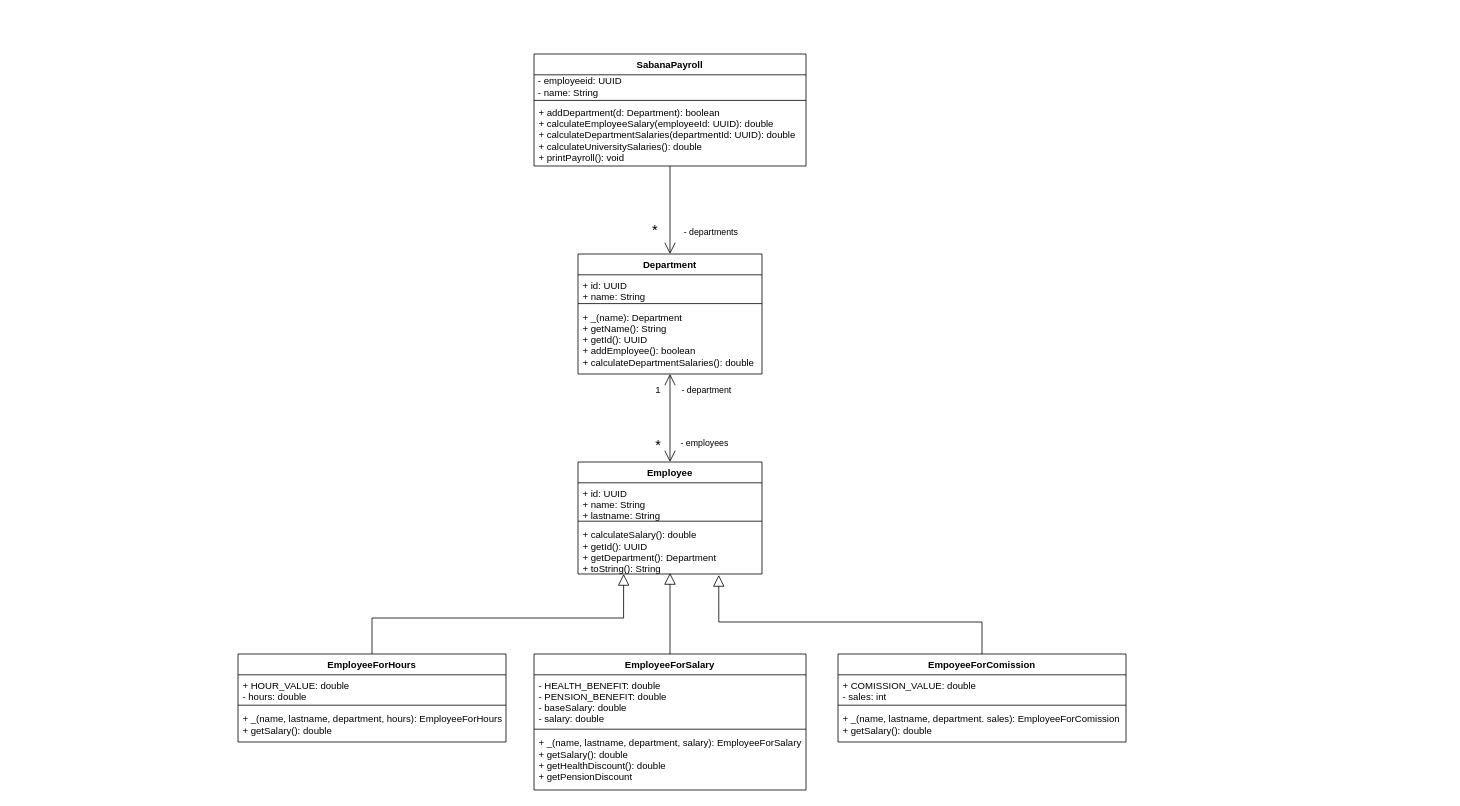
Earlier version of the draw.io diagram diagrams/sabanapayroll-class-diagram.drawio (Cafeleyos/MUNOZ-SANTOS-SABANA-POOB-2021-1-LAB-INTERFACE-CLASS). Source tidied: cells renumbered, new cells numbered last; positions are measured from the earlier drawing's top-left corner, leaving out a move shared by most shapes. Both pictures are drawn from the tidied source at 80%, with x=0, y=0 at pixel (238, 54).
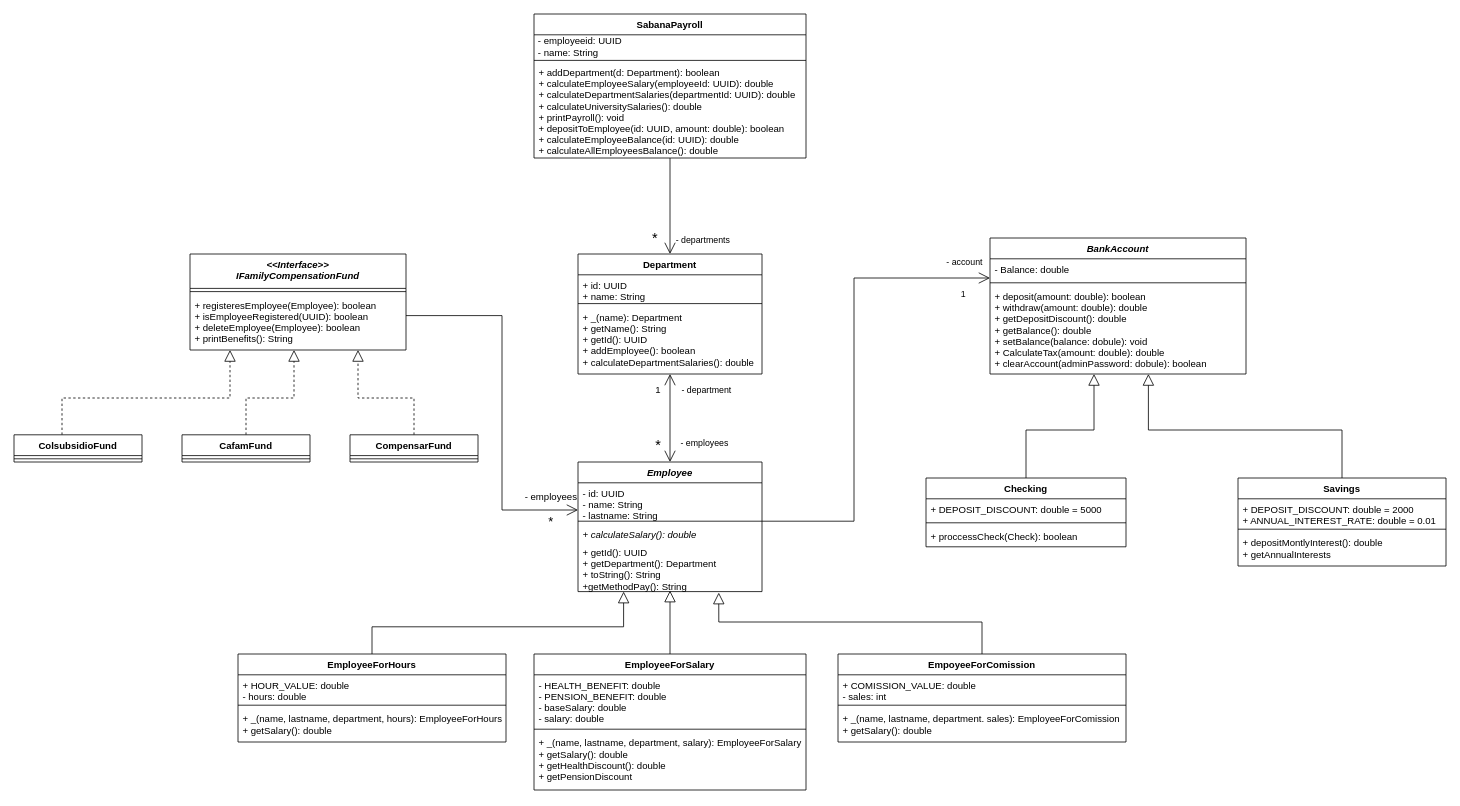
Above is the later version.

Unchanged cells that the change refers to:
```xml
<mxCell id="10" value="Department" style="swimlane;fontStyle=1;align=center;verticalAlign=top;horizontal=1;startSize=26;" parent="1" vertex="1">
  <mxGeometry x="425" y="250" width="230" height="150" as="geometry" />
</mxCell>
```

Change to the diagram source:
```diff
@@
+    <mxCell id="37" value="- employees&lt;br style=&quot;font-size: 12px&quot;&gt;&lt;br style=&quot;font-size: 12px&quot;&gt;&lt;font style=&quot;font-size: 16px&quot;&gt;*&lt;/font&gt;" style="edgeStyle=orthogonalEdgeStyle;rounded=0;jettySize=auto;html=1;endSize=12;labelBackgroundColor=none;fontSize=12;startArrow=open;startFill=0;startSize=12;endArrow=none;endFill=0;" parent="1" edge="1" source="14" target="54">
+      <mxGeometry x="-0.85" relative="1" as="geometry">
+        <Array as="points">
+          <mxPoint x="330" y="570" />
+          <mxPoint x="330" y="327" />
+        </Array>
+      </mxGeometry>
+    </mxCell>
     <mxCell id="2" style="edgeStyle=orthogonalEdgeStyle;rounded=0;jettySize=auto;html=1;entryX=0.5;entryY=0;entryDx=0;entryDy=0;endArrow=open;endFill=0;endSize=12;" parent="1" edge="1" source="5" target="10">
-      <mxGeometry relative="1" as="geometry" />
+      <mxGeometry relative="1" as="geometry">
+        <Array as="points">
+          <mxPoint x="540" y="190" />
+          <mxPoint x="540" y="190" />
+        </Array>
+      </mxGeometry>
     </mxCell>
     <mxCell id="3" value="*" style="edgeLabel;html=1;align=center;verticalAlign=middle;fontSize=18;" parent="2" vertex="1">
       <mxGeometry x="-0.24" y="1" relative="1" as="geometry">
-        <mxPoint x="-21" y="38" as="offset" />
+        <mxPoint x="-21" y="54" as="offset" />
       </mxGeometry>
     </mxCell>
     <mxCell id="4" value="&lt;font style=&quot;font-size: 11px&quot;&gt;- departments&lt;/font&gt;" style="edgeLabel;html=1;align=center;verticalAlign=middle;fontSize=18;" parent="2" vertex="1">
       <mxGeometry x="-0.37" y="1" relative="1" as="geometry">
-        <mxPoint x="49" y="45" as="offset" />
+        <mxPoint x="39" y="62" as="offset" />
       </mxGeometry>
     </mxCell>
     <mxCell id="5" value="SabanaPayroll" style="swimlane;fontStyle=1;align=center;verticalAlign=top;horizontal=1;startSize=26;" parent="1" vertex="1">
-      <mxGeometry x="370" width="340" height="140" as="geometry" />
+      <mxGeometry x="370" y="-50" width="340" height="180" as="geometry" />
     </mxCell>
@@
-    <mxCell id="8" value="+ addDepartment(d: Department): boolean&#10;+ calculateEmployeeSalary(employeeId: UUID): double&#10;+ calculateDepartmentSalaries(departmentId: UUID): double&#10;+ calculateUniversitySalaries(): double&#10;+ printPayroll(): void" style="text;strokeColor=none;fillColor=none;align=left;verticalAlign=top;spacingLeft=4;spacingRight=4;overflow=hidden;" parent="5" vertex="1">
-      <mxGeometry y="60" width="340" height="80" as="geometry" />
+    <mxCell id="8" value="+ addDepartment(d: Department): boolean&#10;+ calculateEmployeeSalary(employeeId: UUID): double&#10;+ calculateDepartmentSalaries(departmentId: UUID): double&#10;+ calculateUniversitySalaries(): double&#10;+ printPayroll(): void&#10;+ depositToEmployee(id: UUID, amount: double): boolean&#10;+ calculateEmployeeBalance(id: UUID): double&#10;+ calculateAllEmployeesBalance(): double" style="text;strokeColor=none;fillColor=none;align=left;verticalAlign=top;spacingLeft=4;spacingRight=4;overflow=hidden;" parent="5" vertex="1">
+      <mxGeometry y="60" width="340" height="120" as="geometry" />
     </mxCell>
@@
+    <mxCell id="38" value="- account&lt;br style=&quot;font-size: 11px;&quot;&gt;&lt;br style=&quot;font-size: 11px;&quot;&gt;&lt;br style=&quot;font-size: 11px;&quot;&gt;1&amp;nbsp;" style="edgeStyle=orthogonalEdgeStyle;rounded=0;jettySize=auto;html=1;endArrow=open;endFill=0;strokeWidth=1;endSize=12;verticalAlign=middle;labelBackgroundColor=none;fontSize=11;" parent="1" edge="1" source="14" target="40">
+      <mxGeometry x="0.89" relative="1" as="geometry">
+        <Array as="points">
+          <mxPoint x="770" y="584" />
+          <mxPoint x="770" y="280" />
+        </Array>
+      </mxGeometry>
+    </mxCell>
-    <mxCell id="14" value="Employee" style="swimlane;fontStyle=1;align=center;verticalAlign=top;horizontal=1;startSize=26;" parent="1" vertex="1">
-      <mxGeometry x="425" y="510" width="230" height="140" as="geometry" />
+    <mxCell id="14" value="Employee" style="swimlane;fontStyle=3;align=center;verticalAlign=top;horizontal=1;startSize=26;" parent="1" vertex="1">
+      <mxGeometry x="425" y="510" width="230" height="162" as="geometry" />
     </mxCell>
-    <mxCell id="15" value="+ id: UUID&#10;+ name: String&#10;+ lastname: String" style="text;strokeColor=none;fillColor=none;align=left;verticalAlign=top;spacingLeft=4;spacingRight=4;overflow=hidden;" parent="14" vertex="1">
+    <mxCell id="15" value="- id: UUID&#10;- name: String&#10;- lastname: String" style="text;strokeColor=none;fillColor=none;align=left;verticalAlign=top;spacingLeft=4;spacingRight=4;overflow=hidden;" parent="14" vertex="1">
       <mxGeometry y="26" width="230" height="44" as="geometry" />
     </mxCell>
@@
+    <mxCell id="39" value="+ calculateSalary(): double" style="text;strokeColor=none;fillColor=none;align=left;verticalAlign=top;spacingLeft=4;spacingRight=4;overflow=hidden;fontStyle=2;" parent="14" vertex="1">
+      <mxGeometry y="78" width="230" height="22" as="geometry" />
+    </mxCell>
-    <mxCell id="17" value="+ calculateSalary(): double&#10;+ getId(): UUID&#10;+ getDepartment(): Department&#10;+ toString(): String" style="text;strokeColor=none;fillColor=none;align=left;verticalAlign=top;spacingLeft=4;spacingRight=4;overflow=hidden;points=[[0,0.5],[1,0.5]];portConstraint=eastwest;" parent="14" vertex="1">
-      <mxGeometry y="78" width="230" height="62" as="geometry" />
+    <mxCell id="17" value="+ getId(): UUID&#10;+ getDepartment(): Department&#10;+ toString(): String&#10;+getMethodPay(): String" style="text;strokeColor=none;fillColor=none;align=left;verticalAlign=top;spacingLeft=4;spacingRight=4;overflow=hidden;points=[[0,0.5],[1,0.5]];portConstraint=eastwest;" parent="14" vertex="1">
+      <mxGeometry y="100" width="230" height="62" as="geometry" />
     </mxCell>
@@
+    <mxCell id="40" value="BankAccount" style="swimlane;fontStyle=3;align=center;verticalAlign=top;horizontal=1;startSize=26;" parent="1" vertex="1">
+      <mxGeometry x="940" y="230" width="320" height="170" as="geometry" />
+    </mxCell>
+    <mxCell id="41" value="- Balance: double" style="text;strokeColor=none;fillColor=none;align=left;verticalAlign=top;spacingLeft=4;spacingRight=4;overflow=hidden;" parent="40" vertex="1">
+      <mxGeometry y="26" width="320" height="26" as="geometry" />
+    </mxCell>
+    <mxCell id="42" style="line;strokeWidth=1;fillColor=none;align=left;verticalAlign=middle;spacingTop=-1;spacingLeft=3;spacingRight=3;labelPosition=right;" parent="40" vertex="1">
+      <mxGeometry y="52" width="320" height="8" as="geometry" />
+    </mxCell>
+    <mxCell id="43" value="+ deposit(amount: double): boolean&#10;+ withdraw(amount: double): double&#10;+ getDepositDiscount(): double&#10;+ getBalance(): double&#10;+ setBalance(balance: dobule): void&#10;+ CalculateTax(amount: double): double&#10;+ clearAccount(adminPassword: dobule): boolean" style="text;strokeColor=none;fillColor=none;align=left;verticalAlign=top;spacingLeft=4;spacingRight=4;overflow=hidden;points=[[0,0.5],[1,0.5]];portConstraint=eastwest;" parent="40" vertex="1">
+      <mxGeometry y="60" width="320" height="110" as="geometry" />
+    </mxCell>
+    <mxCell id="44" style="edgeStyle=orthogonalEdgeStyle;rounded=0;jettySize=auto;html=1;labelBackgroundColor=none;endArrow=block;endFill=0;endSize=12;strokeWidth=1;fontSize=11;" parent="1" edge="1" source="45" target="43">
+      <mxGeometry relative="1" as="geometry">
+        <Array as="points">
+          <mxPoint x="985" y="470" />
+          <mxPoint x="1070" y="470" />
+        </Array>
+      </mxGeometry>
+    </mxCell>
+    <mxCell id="45" value="Checking" style="swimlane;fontStyle=1;align=center;verticalAlign=top;horizontal=1;startSize=26;fontSize=12;" parent="1" vertex="1">
+      <mxGeometry x="860" y="530" width="250" height="86" as="geometry" />
+    </mxCell>
+    <mxCell id="46" value="+ DEPOSIT_DISCOUNT: double = 5000" style="text;strokeColor=none;fillColor=none;align=left;verticalAlign=top;spacingLeft=4;spacingRight=4;overflow=hidden;" parent="45" vertex="1">
+      <mxGeometry y="26" width="250" height="26" as="geometry" />
+    </mxCell>
+    <mxCell id="47" style="line;strokeWidth=1;fillColor=none;align=left;verticalAlign=middle;spacingTop=-1;spacingLeft=3;spacingRight=3;labelPosition=right;" parent="45" vertex="1">
+      <mxGeometry y="52" width="250" height="8" as="geometry" />
+    </mxCell>
+    <mxCell id="48" value="+ proccessCheck(Check): boolean" style="text;strokeColor=none;fillColor=none;align=left;verticalAlign=top;spacingLeft=4;spacingRight=4;overflow=hidden;" parent="45" vertex="1">
+      <mxGeometry y="60" width="250" height="26" as="geometry" />
+    </mxCell>
+    <mxCell id="49" style="edgeStyle=orthogonalEdgeStyle;rounded=0;jettySize=auto;html=1;labelBackgroundColor=none;endArrow=block;endFill=0;endSize=12;strokeWidth=1;fontSize=11;" parent="1" edge="1" source="50" target="43">
+      <mxGeometry relative="1" as="geometry">
+        <Array as="points">
+          <mxPoint x="1380" y="470" />
+          <mxPoint x="1138" y="470" />
+        </Array>
+      </mxGeometry>
+    </mxCell>
+    <mxCell id="50" value="Savings" style="swimlane;fontStyle=1;align=center;verticalAlign=top;horizontal=1;startSize=26;fontSize=12;" parent="1" vertex="1">
+      <mxGeometry x="1250" y="530" width="260" height="110" as="geometry" />
+    </mxCell>
+    <mxCell id="51" value="+ DEPOSIT_DISCOUNT: double = 2000&#10;+ ANNUAL_INTEREST_RATE: double = 0.01" style="text;strokeColor=none;fillColor=none;align=left;verticalAlign=top;spacingLeft=4;spacingRight=4;overflow=hidden;" parent="50" vertex="1">
+      <mxGeometry y="26" width="260" height="34" as="geometry" />
+    </mxCell>
+    <mxCell id="52" style="line;strokeWidth=1;fillColor=none;align=left;verticalAlign=middle;spacingTop=-1;spacingLeft=3;spacingRight=3;labelPosition=right;" parent="50" vertex="1">
+      <mxGeometry y="60" width="260" height="8" as="geometry" />
+    </mxCell>
+    <mxCell id="53" value="+ depositMontlyInterest(): double&#10;+ getAnnualInterests" style="text;strokeColor=none;fillColor=none;align=left;verticalAlign=top;spacingLeft=4;spacingRight=4;overflow=hidden;" parent="50" vertex="1">
+      <mxGeometry y="68" width="260" height="42" as="geometry" />
+    </mxCell>
+    <mxCell id="54" value="&lt;&lt;Interface&gt;&gt;&#10;IFamilyCompensationFund" style="swimlane;fontStyle=3;align=center;verticalAlign=top;horizontal=1;startSize=43;" parent="1" vertex="1">
+      <mxGeometry x="-60" y="250" width="270" height="120" as="geometry" />
+    </mxCell>
+    <mxCell id="55" style="line;strokeWidth=1;fillColor=none;align=left;verticalAlign=middle;spacingTop=-1;spacingLeft=3;spacingRight=3;labelPosition=right;" parent="54" vertex="1">
+      <mxGeometry y="43" width="270" height="8" as="geometry" />
+    </mxCell>
+    <mxCell id="56" value="+ registeresEmployee(Employee): boolean&#10;+ isEmployeeRegistered(UUID): boolean&#10;+ deleteEmployee(Employee): boolean&#10;+ printBenefits(): String" style="text;strokeColor=none;fillColor=none;align=left;verticalAlign=top;spacingLeft=4;spacingRight=4;overflow=hidden;" parent="54" vertex="1">
+      <mxGeometry y="51" width="270" height="69" as="geometry" />
+    </mxCell>
+    <mxCell id="57" style="edgeStyle=orthogonalEdgeStyle;rounded=0;jettySize=auto;html=1;endArrow=block;endFill=0;dashed=1;strokeWidth=1;endSize=12;" parent="1" edge="1" source="58" target="54">
+      <mxGeometry relative="1" as="geometry">
+        <Array as="points">
+          <mxPoint x="-220" y="430" />
+          <mxPoint x="-10" y="430" />
+        </Array>
+      </mxGeometry>
+    </mxCell>
+    <mxCell id="58" value="ColsubsidioFund" style="swimlane;fontStyle=1;align=center;verticalAlign=top;horizontal=1;startSize=26;" parent="1" vertex="1">
+      <mxGeometry x="-280" y="476" width="160" height="34" as="geometry" />
+    </mxCell>
+    <mxCell id="59" style="line;strokeWidth=1;fillColor=none;align=left;verticalAlign=middle;spacingTop=-1;spacingLeft=3;spacingRight=3;labelPosition=right;" parent="58" vertex="1">
+      <mxGeometry y="26" width="160" height="8" as="geometry" />
+    </mxCell>
+    <mxCell id="60" style="edgeStyle=orthogonalEdgeStyle;rounded=0;jettySize=auto;html=1;dashed=1;endArrow=block;endFill=0;endSize=12;strokeWidth=1;" parent="1" edge="1" source="61" target="54">
+      <mxGeometry relative="1" as="geometry">
+        <Array as="points">
+          <mxPoint x="220" y="430" />
+          <mxPoint x="150" y="430" />
+        </Array>
+      </mxGeometry>
+    </mxCell>
+    <mxCell id="61" value="CompensarFund" style="swimlane;fontStyle=1;align=center;verticalAlign=top;horizontal=1;startSize=26;" parent="1" vertex="1">
+      <mxGeometry x="140" y="476" width="160" height="34" as="geometry" />
+    </mxCell>
+    <mxCell id="62" style="line;strokeWidth=1;fillColor=none;align=left;verticalAlign=middle;spacingTop=-1;spacingLeft=3;spacingRight=3;labelPosition=right;" parent="61" vertex="1">
+      <mxGeometry y="26" width="160" height="8" as="geometry" />
+    </mxCell>
+    <mxCell id="63" style="edgeStyle=orthogonalEdgeStyle;rounded=0;jettySize=auto;html=1;dashed=1;endArrow=block;endFill=0;endSize=12;strokeWidth=1;" parent="1" edge="1" source="64" target="54">
+      <mxGeometry relative="1" as="geometry">
+        <Array as="points">
+          <mxPoint x="10" y="430" />
+          <mxPoint x="70" y="430" />
+        </Array>
+      </mxGeometry>
+    </mxCell>
+    <mxCell id="64" value="CafamFund" style="swimlane;fontStyle=1;align=center;verticalAlign=top;horizontal=1;startSize=26;" parent="1" vertex="1">
+      <mxGeometry x="-70" y="476" width="160" height="34" as="geometry" />
+    </mxCell>
+    <mxCell id="65" style="line;strokeWidth=1;fillColor=none;align=left;verticalAlign=middle;spacingTop=-1;spacingLeft=3;spacingRight=3;labelPosition=right;" parent="64" vertex="1">
+      <mxGeometry y="26" width="160" height="8" as="geometry" />
+    </mxCell>
```
